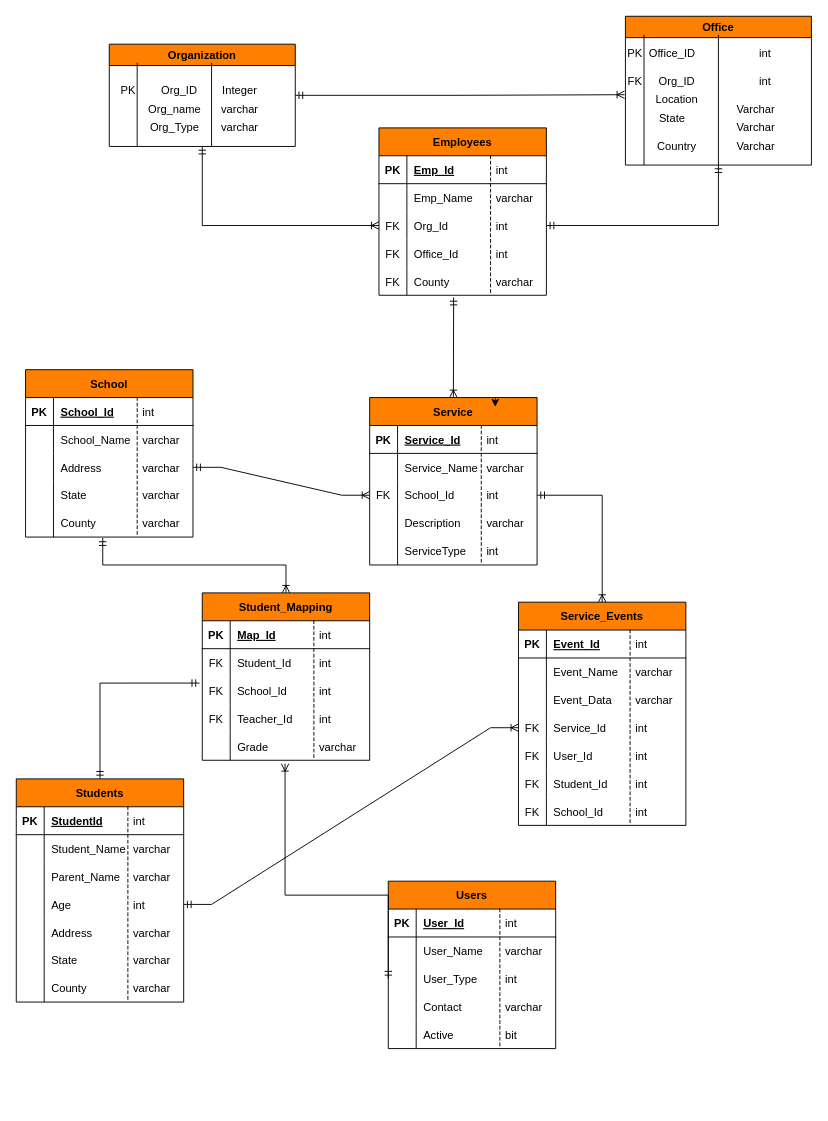
Above: page "Page-3" (3 of 3) of TestResults-5.0.x/Untitled Diagram.drawio in Muruganandhu/Taleo (draw.io), before the change. Source tidied: cells renumbered, new cells numbered last; positions are measured from the earlier drawing's top-left corner, leaving out a move shared by most shapes. Both pictures are drawn from the tidied source at 93%, with x=0, y=0 at pixel (16, 16).
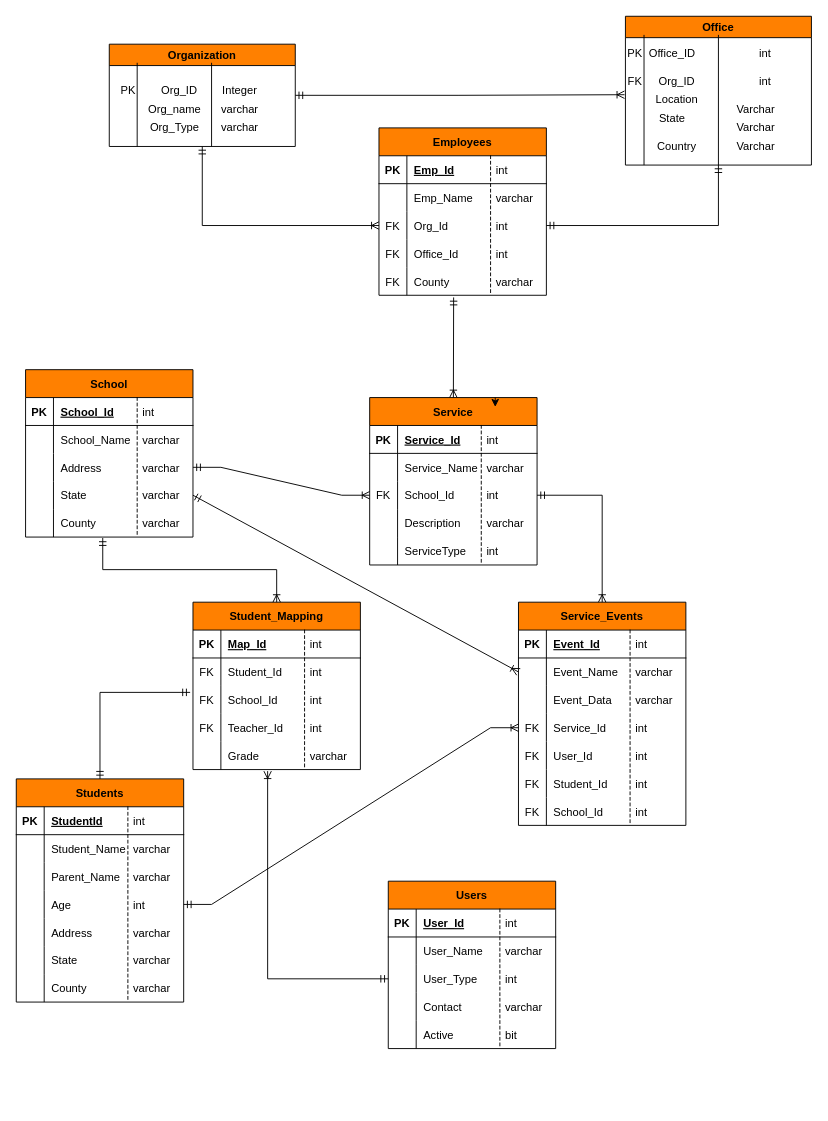
After the change.

Unchanged cells that the change refers to:
```xml
<mxCell id="80" value="varchar" style="shape=partialRectangle;fillColor=none;align=left;verticalAlign=middle;strokeColor=none;spacingLeft=34;points=[[0,0.5],[1,0.5]];portConstraint=eastwest;" parent="55" vertex="1">
  <mxGeometry x="90" y="120" width="90" height="30" as="geometry" />
</mxCell>
<mxCell id="98" style="shape=tableRow;horizontal=0;startSize=0;swimlaneHead=0;swimlaneBody=0;fillColor=none;points=[[0,0.5],[1,0.5]];portConstraint=eastwest;top=0;left=0;right=0;bottom=0;strokeColor=#000000;" parent="85" vertex="1">
  <mxGeometry y="150" width="180" height="30" as="geometry" />
</mxCell>
<mxCell id="107" value="varchar" style="shape=partialRectangle;fillColor=none;align=left;verticalAlign=middle;strokeColor=none;spacingLeft=34;points=[[0,0.5],[1,0.5]];portConstraint=eastwest;" parent="84" vertex="1">
  <mxGeometry x="90" y="150" width="90" height="30" as="geometry" />
</mxCell>
<mxCell id="121" style="shape=tableRow;horizontal=0;startSize=0;swimlaneHead=0;swimlaneBody=0;fillColor=none;points=[[0,0.5],[1,0.5]];portConstraint=eastwest;top=0;left=0;right=0;bottom=0;strokeColor=#000000;" parent="114" vertex="1">
  <mxGeometry y="90" width="180" height="30" as="geometry" />
</mxCell>
<mxCell id="177" style="shape=tableRow;horizontal=0;startSize=0;swimlaneHead=0;swimlaneBody=0;fillColor=none;points=[[0,0.5],[1,0.5]];portConstraint=eastwest;top=0;left=0;right=0;bottom=0;strokeColor=#000000;" parent="173" vertex="1">
  <mxGeometry y="60" width="180" height="30" as="geometry" />
</mxCell>
```

Diff of the diagram source:
```diff
@@
     <mxCell id="82" style="group;" parent="1" vertex="1">
-      <mxGeometry x="200" y="620" width="180" height="180" as="geometry" />
+      <mxGeometry x="190" y="630" width="180" height="180" as="geometry" />
     </mxCell>
@@
-    <mxCell id="250" style="fontSize=12;html=1;endArrow=ERoneToMany;startArrow=ERmandOne;rounded=0;exitX=0;exitY=0.5;exitDx=0;exitDy=0;entryX=-0.011;entryY=1.122;entryDx=0;entryDy=0;entryPerimeter=0;edgeStyle=orthogonalEdgeStyle;" parent="1" edge="1" source="121" target="107">
+    <mxCell id="250" style="fontSize=12;html=1;endArrow=ERoneToMany;startArrow=ERmandOne;rounded=0;exitX=0;exitY=0.5;exitDx=0;exitDy=0;edgeStyle=orthogonalEdgeStyle;entryX=0.446;entryY=1.056;entryDx=0;entryDy=0;entryPerimeter=0;" parent="1" edge="1" source="121" target="98">
       <mxGeometry relative="1" as="geometry">
         <Array as="points">
-          <mxPoint x="289" y="945" />
+          <mxPoint x="270" y="1035" />
         </Array>
       </mxGeometry>
     </mxCell>
@@
+    <mxCell id="258" style="fontSize=12;html=1;endArrow=ERoneToMany;startArrow=ERmandOne;rounded=0;exitX=1;exitY=0.5;exitDx=0;exitDy=0;entryX=0;entryY=0.5;entryDx=0;entryDy=0;" parent="1" edge="1" source="80" target="177">
+      <mxGeometry relative="1" as="geometry" />
+    </mxCell>
```
